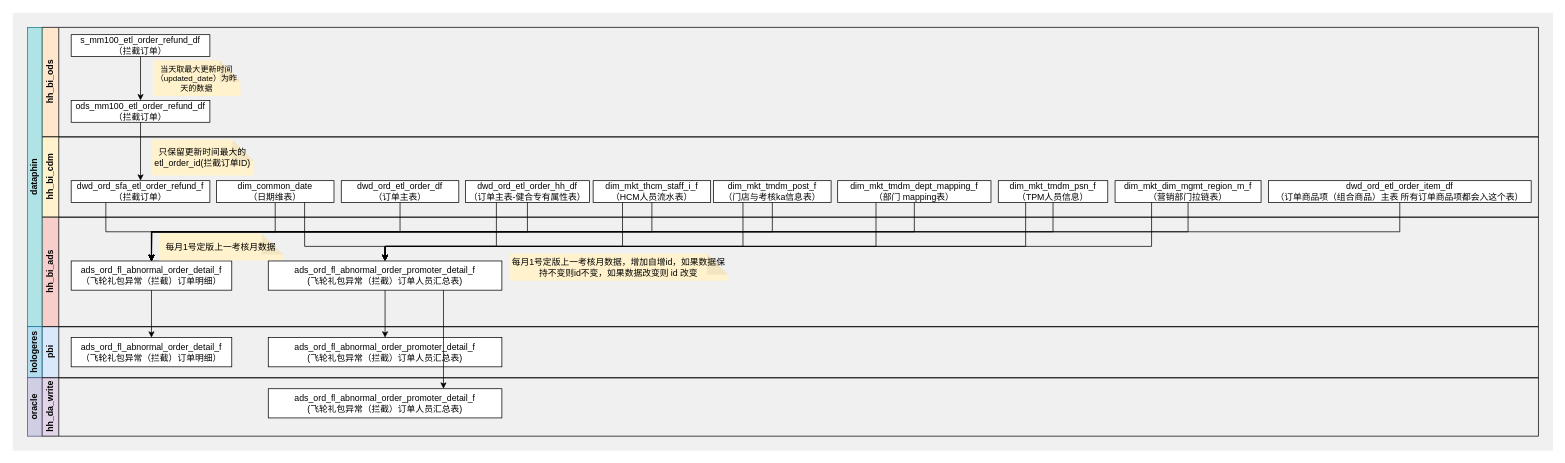
Above: SAW飞轮拦截(新).drawio in ztacode/drawio (draw.io), before the change. Source tidied: cells renumbered, new cells numbered last; positions are measured from the earlier drawing's top-left corner, leaving out a move shared by most shapes. Both pictures are drawn from the tidied source at 73%, with x=0, y=0 at pixel (12, 12).
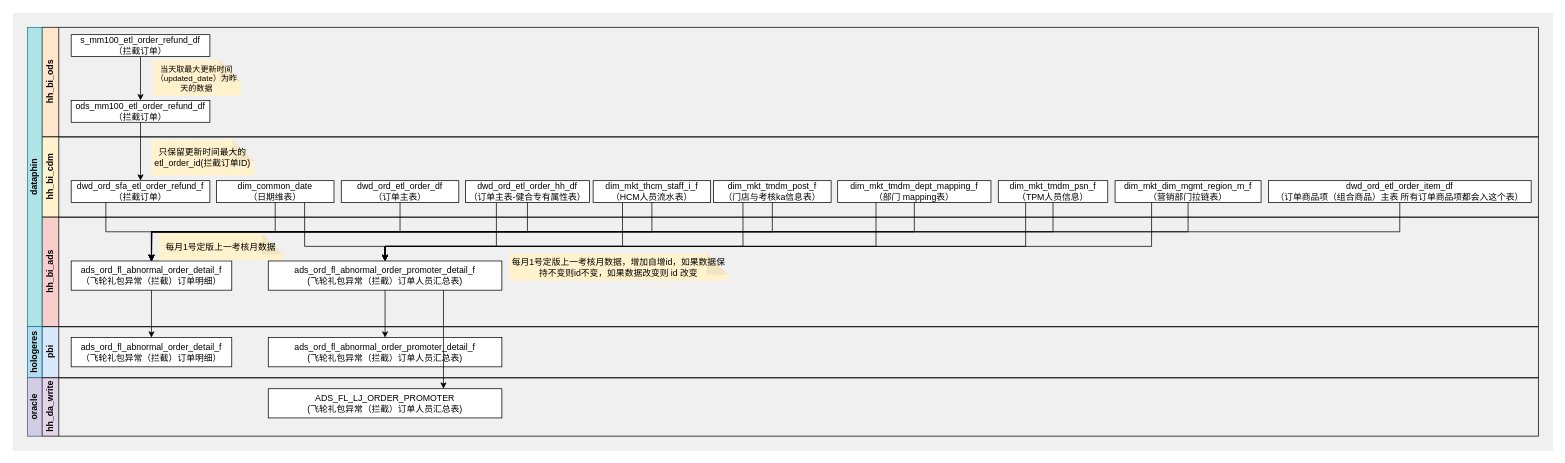
Above is the later version.

Commit message:
更新SAW飞轮拦截(新).drawio

The change refers to these unchanged cells:
```xml
<mxCell id="50" value="hh_da_write" style="swimlane;horizontal=0;whiteSpace=wrap;html=1;startSize=23;fillColor=#e1d5e7;strokeColor=default;" parent="1" vertex="1">
  <mxGeometry x="40" y="500" width="2050" height="80" as="geometry" />
</mxCell>
```

The edit, as a diff of the source:
```diff
@@
-    <mxCell id="51" value="ads_ord_fl_abnormal_order_promoter_detail_f&lt;br&gt;(飞轮礼包异常（拦截）订单人员汇总表)" style="rounded=0;whiteSpace=wrap;html=1;" parent="50" vertex="1">
+    <mxCell id="51" value="ADS_FL_LJ_ORDER_PROMOTER&lt;br&gt;(飞轮礼包异常（拦截）订单人员汇总表)" style="rounded=0;whiteSpace=wrap;html=1;" parent="50" vertex="1">
       <mxGeometry x="310" y="15" width="320" height="40" as="geometry" />
     </mxCell>
```
